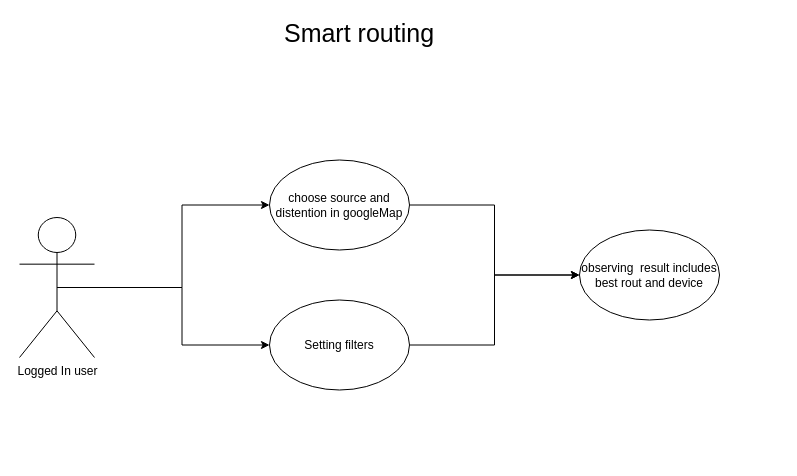
Before: Use-case/SmartRouting.drawio in kargaranamir/Travelink, a draw.io diagram. Source tidied: cells renumbered, new cells numbered last; positions are measured from the earlier drawing's top-left corner, leaving out a move shared by most shapes. Both pictures are drawn from the tidied source at 100%, with x=0, y=0 at pixel (19, 22).
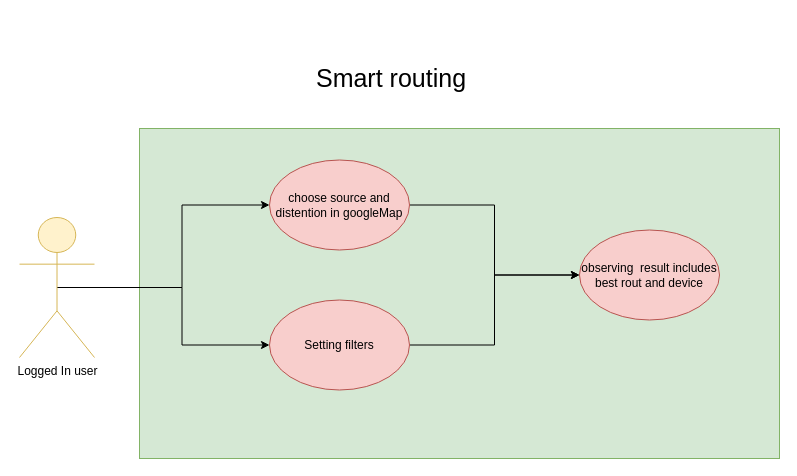
Above is the later version.

What changed in the source:
```diff
@@
 <mxGraphModel>
   <root>
     <mxCell id="0" />
     <mxCell id="1" parent="0" />
+    <mxCell id="7" value="&lt;font style=&quot;font-size: 25px&quot;&gt;Smart routing&lt;/font&gt;" style="text;html=1;strokeColor=none;fillColor=none;align=center;verticalAlign=middle;whiteSpace=wrap;rounded=0;" parent="1" vertex="1">
+      <mxGeometry x="282" y="45" width="180" height="20" as="geometry" />
+    </mxCell>
+    <mxCell id="11" style="rounded=0;whiteSpace=wrap;html=1;fillColor=#d5e8d4;strokeColor=#82b366;" parent="1" vertex="1">
+      <mxGeometry x="120" y="106" width="640" height="330" as="geometry" />
+    </mxCell>
     <mxCell id="2" style="edgeStyle=orthogonalEdgeStyle;rounded=0;jettySize=auto;html=1;exitX=0.5;exitY=0.5;exitDx=0;exitDy=0;exitPerimeter=0;" parent="1" edge="1" source="4" target="6">
       <mxGeometry relative="1" as="geometry" />
     </mxCell>
     <mxCell id="3" style="edgeStyle=orthogonalEdgeStyle;rounded=0;jettySize=auto;html=1;exitX=0.5;exitY=0.5;exitDx=0;exitDy=0;exitPerimeter=0;entryX=0;entryY=0.5;entryDx=0;entryDy=0;" parent="1" edge="1" source="4" target="9">
       <mxGeometry relative="1" as="geometry" />
     </mxCell>
-    <mxCell id="4" value="Logged In user" style="shape=umlActor;verticalLabelPosition=bottom;labelBackgroundColor=#ffffff;verticalAlign=top;html=1;outlineConnect=0;" parent="1" vertex="1">
+    <mxCell id="4" value="Logged In user" style="shape=umlActor;verticalLabelPosition=bottom;labelBackgroundColor=#ffffff;verticalAlign=top;html=1;outlineConnect=0;fillColor=#fff2cc;strokeColor=#d6b656;" parent="1" vertex="1">
       <mxGeometry y="195" width="75" height="140" as="geometry" />
     </mxCell>
     <mxCell id="5" style="edgeStyle=orthogonalEdgeStyle;rounded=0;jettySize=auto;html=1;exitX=1;exitY=0.5;exitDx=0;exitDy=0;entryX=0;entryY=0.5;entryDx=0;entryDy=0;" parent="1" edge="1" source="6" target="10">
       <mxGeometry relative="1" as="geometry" />
     </mxCell>
-    <mxCell id="6" value="choose source and distention in googleMap" style="ellipse;whiteSpace=wrap;html=1;" parent="1" vertex="1">
+    <mxCell id="6" value="choose source and distention in googleMap" style="ellipse;whiteSpace=wrap;html=1;fillColor=#f8cecc;strokeColor=#b85450;" parent="1" vertex="1">
       <mxGeometry x="250" y="137.5" width="140" height="90" as="geometry" />
     </mxCell>
-    <mxCell id="7" value="&lt;font style=&quot;font-size: 25px&quot;&gt;Smart routing&lt;/font&gt;" style="text;html=1;strokeColor=none;fillColor=none;align=center;verticalAlign=middle;whiteSpace=wrap;rounded=0;" parent="1" vertex="1">
-      <mxGeometry x="250" width="180" height="20" as="geometry" />
-    </mxCell>
     <mxCell id="8" style="edgeStyle=orthogonalEdgeStyle;rounded=0;jettySize=auto;html=1;exitX=1;exitY=0.5;exitDx=0;exitDy=0;" parent="1" edge="1" source="9" target="10">
       <mxGeometry relative="1" as="geometry" />
     </mxCell>
-    <mxCell id="9" value="Setting filters" style="ellipse;whiteSpace=wrap;html=1;" parent="1" vertex="1">
+    <mxCell id="9" value="Setting filters" style="ellipse;whiteSpace=wrap;html=1;fillColor=#f8cecc;strokeColor=#b85450;" parent="1" vertex="1">
       <mxGeometry x="250" y="277.5" width="140" height="90" as="geometry" />
     </mxCell>
-    <mxCell id="10" value="observing &amp;nbsp;result includes best rout and device" style="ellipse;whiteSpace=wrap;html=1;" parent="1" vertex="1">
+    <mxCell id="10" value="observing &amp;nbsp;result includes best rout and device" style="ellipse;whiteSpace=wrap;html=1;fillColor=#f8cecc;strokeColor=#b85450;" parent="1" vertex="1">
       <mxGeometry x="560" y="207.5" width="140" height="90" as="geometry" />
     </mxCell>
   </root>
 </mxGraphModel>
```
